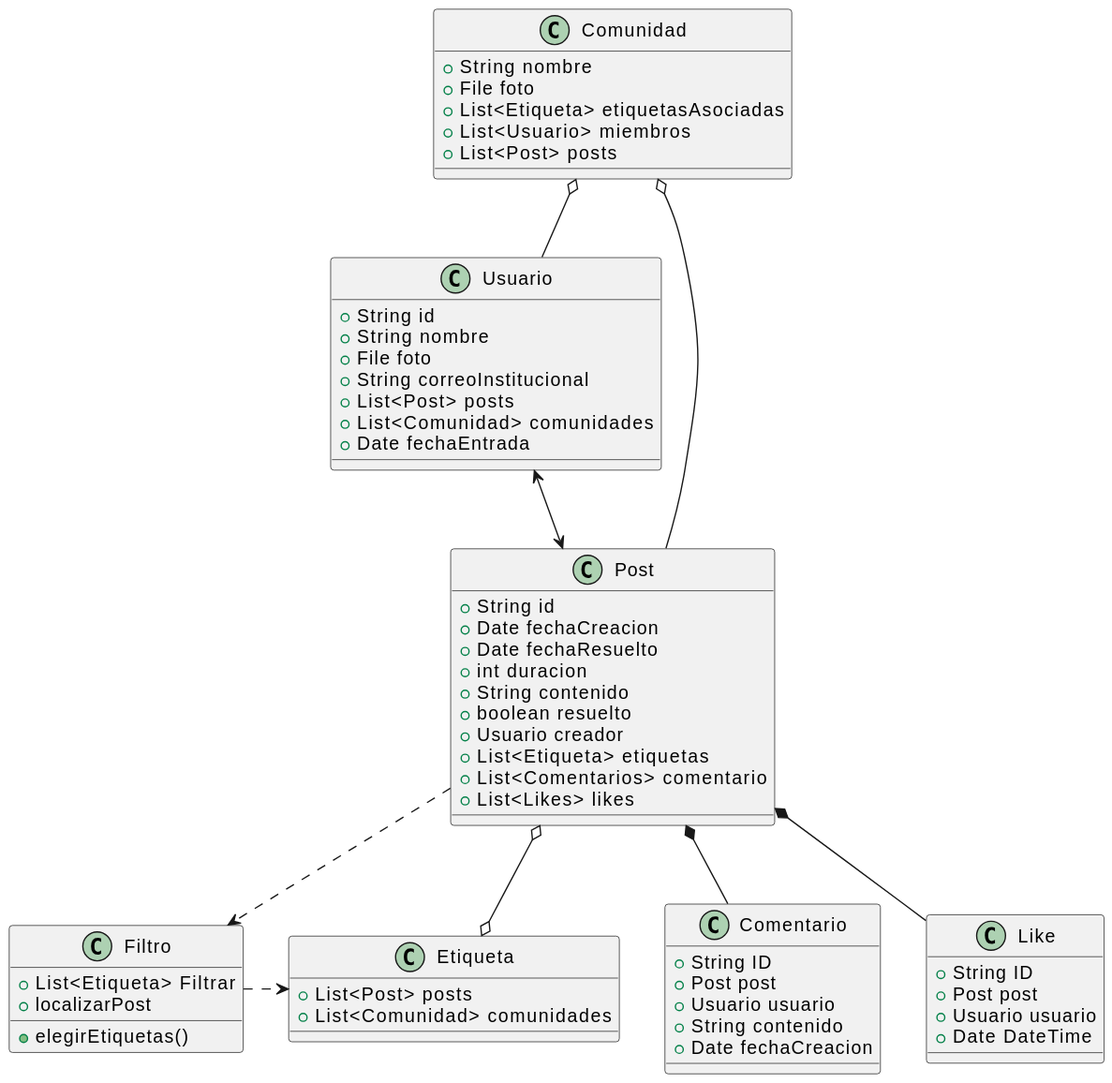
This is MdD/DdClases/6ª_Iteración/DdClases.svg from miguelgomez75/24-25-IdSw1-SDR, a PlantUML export, as it was before one commit.
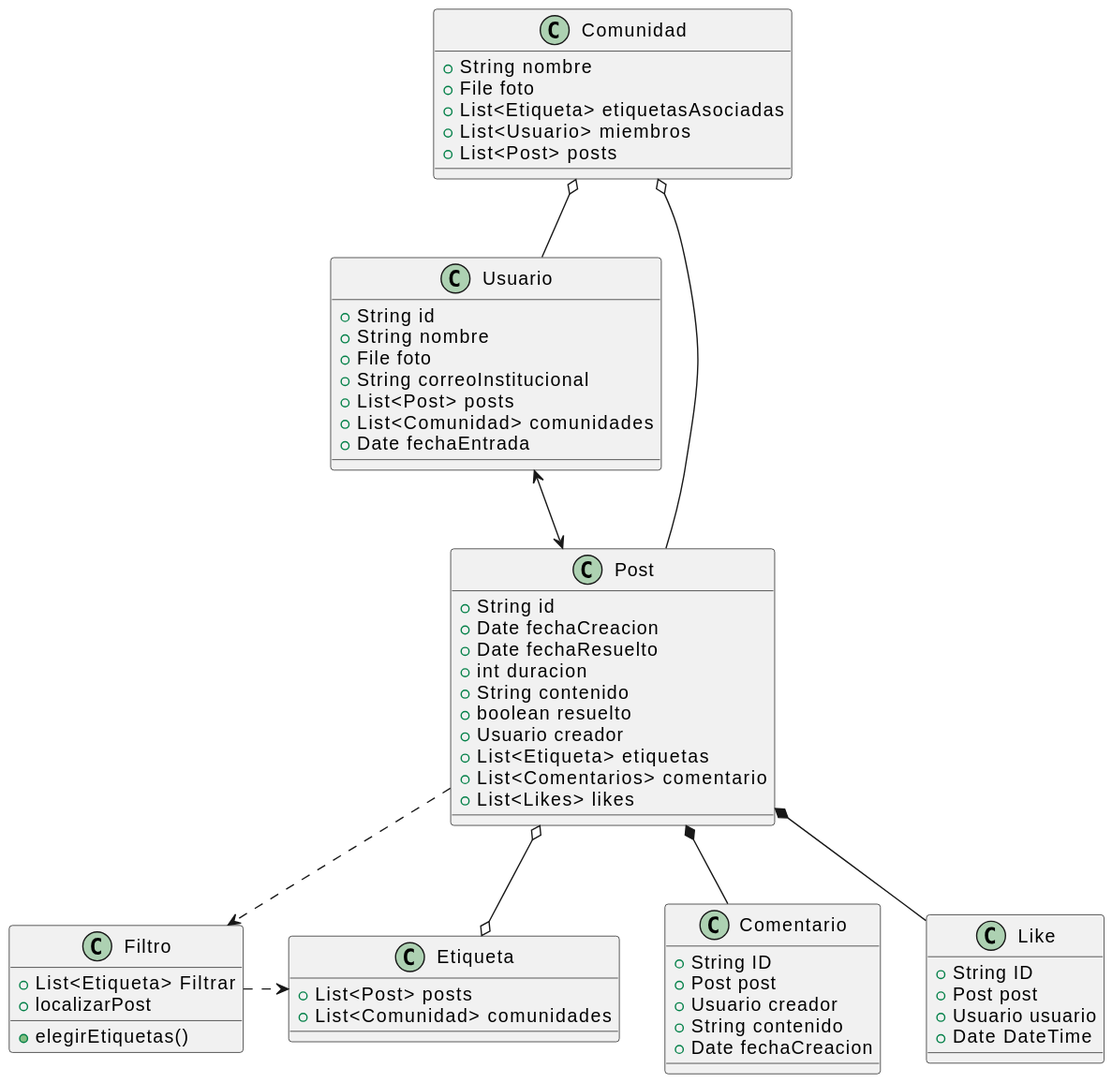
After the commit.

Commit message:
Correccion menor

Corrección menor, reflejar cambio reciente en nombrado de atributo creador en clase comentario

What changed in the source:
```diff
@@ -43,7 +43,7 @@
 class Comentario{
     +String ID
     +Post post
-    +Usuario usuario
+    +Usuario creador
     +String contenido
     +Date fechaCreacion
 }
```
